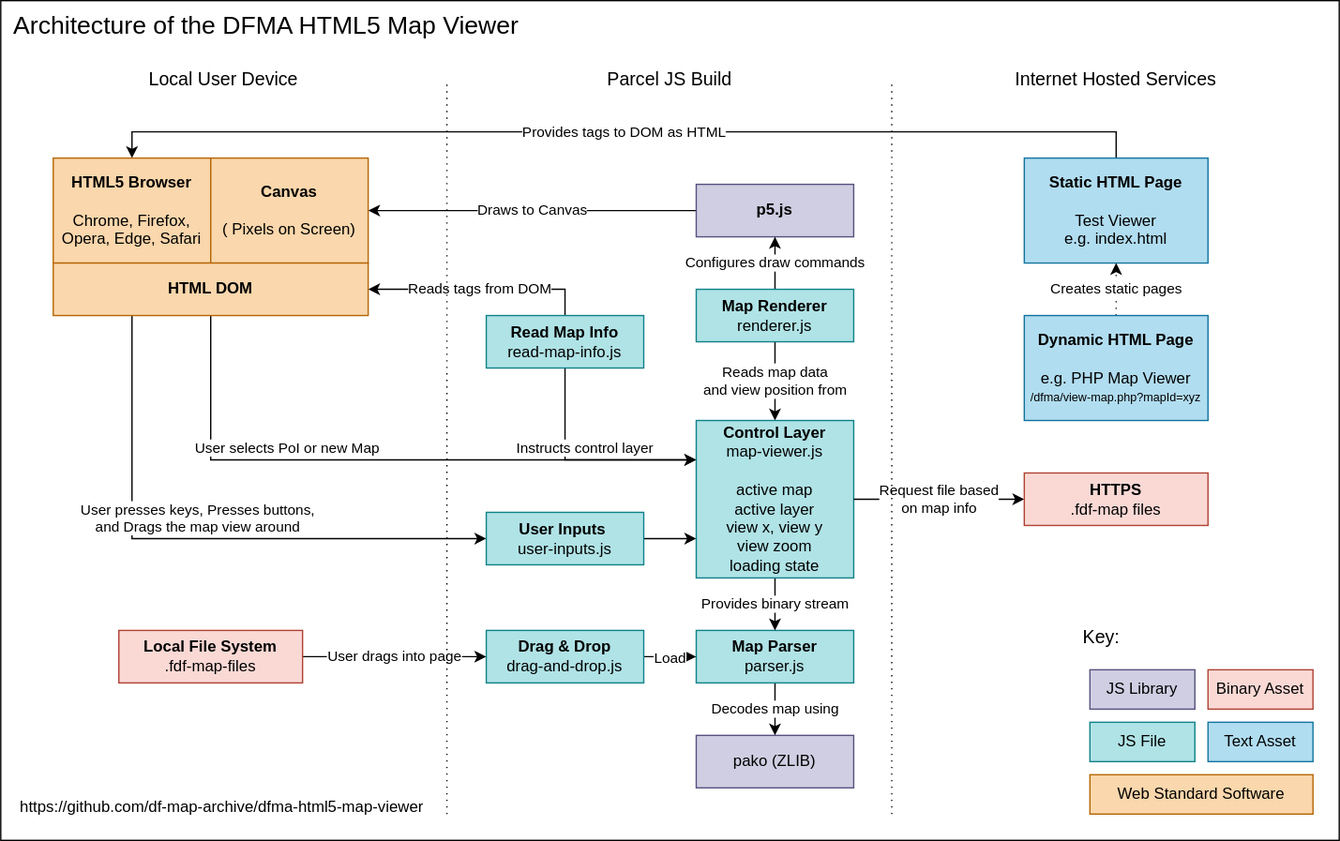
Earlier version of the draw.io export docs/diagrams/architecture.drawio.svg (df-map-archive/dfma-html5-map-viewer). Source tidied: cells renumbered, new cells last; positions are measured from the earlier drawing's top-left corner, leaving out a move shared by most shapes.
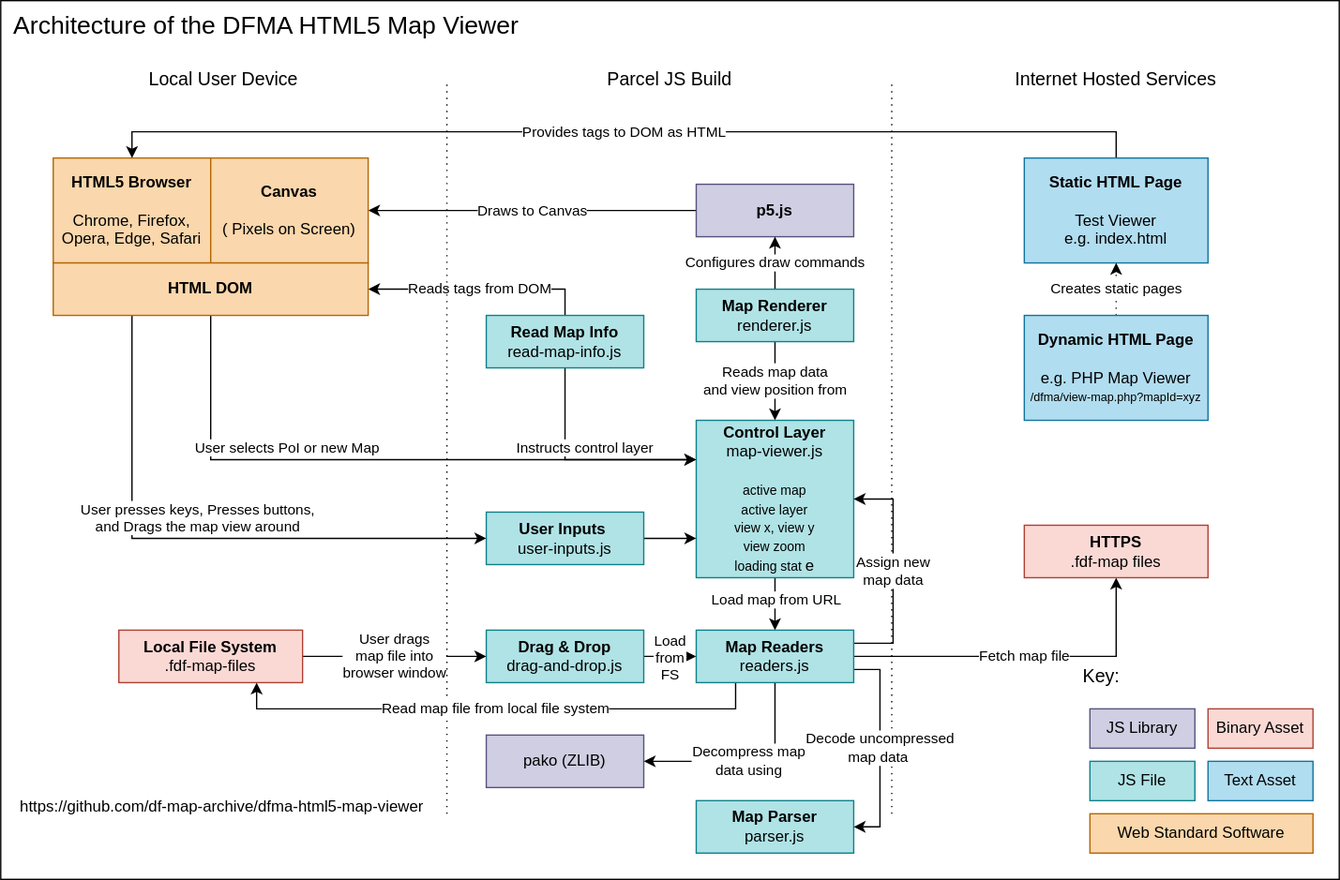
The same file after the commit.

What changed in the source:
```diff
@@ -3,7 +3,7 @@
     <mxCell id="0" />
     <mxCell id="1" parent="0" />
     <mxCell id="2" style="rounded=0;whiteSpace=wrap;html=1;align=center;" parent="1" vertex="1">
-      <mxGeometry width="1020" height="640" as="geometry" />
+      <mxGeometry width="1020" height="670" as="geometry" />
     </mxCell>
     <mxCell id="3" value="Draws to Canvas" style="edgeStyle=orthogonalEdgeStyle;rounded=0;jettySize=auto;html=1;exitX=0;exitY=0.5;exitDx=0;exitDy=0;entryX=1;entryY=0.5;entryDx=0;entryDy=0;" parent="1" edge="1" source="4" target="24">
       <mxGeometry relative="1" as="geometry" />
@@ -12,13 +12,13 @@
       <mxGeometry x="530" y="140" width="120" height="40" as="geometry" />
     </mxCell>
     <mxCell id="5" value="pako (ZLIB)" style="rounded=0;whiteSpace=wrap;html=1;fillColor=#d0cee2;strokeColor=#56517e;fontColor=#000000;" parent="1" vertex="1">
-      <mxGeometry x="530" y="560" width="120" height="40" as="geometry" />
+      <mxGeometry x="370" y="560" width="120" height="40" as="geometry" />
     </mxCell>
-    <mxCell id="6" value="Decodes map using" style="edgeStyle=orthogonalEdgeStyle;rounded=0;jettySize=auto;html=1;exitX=0.5;exitY=1;exitDx=0;exitDy=0;entryX=0.5;entryY=0;entryDx=0;entryDy=0;" parent="1" edge="1" source="7" target="5">
+    <mxCell id="6" value="Decompress map&lt;br&gt;data using" style="edgeStyle=orthogonalEdgeStyle;rounded=0;jettySize=auto;html=1;exitX=0.5;exitY=1;exitDx=0;exitDy=0;entryX=1;entryY=0.5;entryDx=0;entryDy=0;" parent="1" edge="1" source="53" target="5">
       <mxGeometry relative="1" as="geometry" />
     </mxCell>
     <mxCell id="7" value="&lt;b&gt;Map Parser&lt;/b&gt;&lt;br&gt;parser.js" style="rounded=0;whiteSpace=wrap;html=1;fillColor=#b0e3e6;strokeColor=#0e8088;fontColor=#000000;" parent="1" vertex="1">
-      <mxGeometry x="530" y="480" width="120" height="40" as="geometry" />
+      <mxGeometry x="530" y="610" width="120" height="40" as="geometry" />
     </mxCell>
     <mxCell id="8" value="Reads map data &lt;br&gt;and view position from" style="edgeStyle=orthogonalEdgeStyle;rounded=0;jettySize=auto;html=1;exitX=0.5;exitY=1;exitDx=0;exitDy=0;entryX=0.5;entryY=0;entryDx=0;entryDy=0;" parent="1" edge="1" source="10" target="12">
       <mxGeometry relative="1" as="geometry" />
@@ -29,28 +29,31 @@
     <mxCell id="10" value="&lt;b&gt;Map Renderer&lt;/b&gt;&lt;br&gt;renderer.js" style="rounded=0;whiteSpace=wrap;html=1;fillColor=#b0e3e6;strokeColor=#0e8088;fontColor=#000000;" parent="1" vertex="1">
       <mxGeometry x="530" y="220" width="120" height="40" as="geometry" />
     </mxCell>
-    <mxCell id="11" value="Provides binary stream" style="edgeStyle=orthogonalEdgeStyle;rounded=0;jettySize=auto;html=1;exitX=0.5;exitY=1;exitDx=0;exitDy=0;entryX=0.5;entryY=0;entryDx=0;entryDy=0;" parent="1" edge="1" source="12" target="7">
-      <mxGeometry relative="1" as="geometry" />
-    </mxCell>
+    <mxCell id="48" style="edgeStyle=orthogonalEdgeStyle;rounded=0;jettySize=auto;html=1;exitX=0.5;exitY=1;exitDx=0;exitDy=0;entryX=0.5;entryY=0;entryDx=0;entryDy=0;" parent="1" edge="1" source="12" target="53">
+      <mxGeometry relative="1" as="geometry" />
+    </mxCell>
+    <mxCell id="49" value="Load map from URL" style="edgeLabel;html=1;align=center;verticalAlign=middle;" parent="48" vertex="1">
+      <mxGeometry x="-0.18" relative="1" as="geometry" />
+    </mxCell>
-    <mxCell id="12" value="&lt;b&gt;Control Layer&lt;/b&gt;&lt;br&gt;map-viewer.js&lt;br&gt;&lt;br&gt;active map&lt;br&gt;active layer&lt;br&gt;view x, view y&lt;br&gt;view zoom&lt;br&gt;loading state" style="rounded=0;whiteSpace=wrap;html=1;fillColor=#b0e3e6;strokeColor=#0e8088;fontColor=#000000;" parent="1" vertex="1">
+    <mxCell id="12" value="&lt;b&gt;Control Layer&lt;/b&gt;&lt;br&gt;map-viewer.js&lt;br&gt;&lt;font style=&quot;font-size: 10px&quot;&gt;&lt;br&gt;active map&lt;br&gt;active layer&lt;br&gt;view x, view y&lt;br&gt;view zoom&lt;br&gt;loading stat&lt;/font&gt;e" style="rounded=0;whiteSpace=wrap;html=1;fillColor=#b0e3e6;strokeColor=#0e8088;fontColor=#000000;" parent="1" vertex="1">
       <mxGeometry x="530" y="320" width="120" height="120" as="geometry" />
     </mxCell>
-    <mxCell id="13" style="edgeStyle=orthogonalEdgeStyle;rounded=0;jettySize=auto;html=1;exitX=1;exitY=0.5;exitDx=0;exitDy=0;entryX=0;entryY=0.5;entryDx=0;entryDy=0;" parent="1" edge="1" source="15" target="7">
+    <mxCell id="13" style="edgeStyle=orthogonalEdgeStyle;rounded=0;jettySize=auto;html=1;exitX=1;exitY=0.5;exitDx=0;exitDy=0;entryX=0;entryY=0.5;entryDx=0;entryDy=0;" parent="1" edge="1" source="15" target="53">
       <mxGeometry relative="1" as="geometry" />
     </mxCell>
-    <mxCell id="14" value="Load" style="edgeLabel;html=1;align=center;verticalAlign=middle;fontSize=11;" parent="13" vertex="1">
+    <mxCell id="14" value="Load&lt;br&gt;from&lt;br&gt;FS" style="edgeLabel;html=1;align=center;verticalAlign=middle;fontSize=11;" parent="13" vertex="1">
       <mxGeometry x="-0.05" relative="1" as="geometry" />
     </mxCell>
     <mxCell id="15" value="&lt;b&gt;Drag &amp;amp; Drop&lt;/b&gt;&amp;nbsp;&lt;br&gt;drag-and-drop.js" style="rounded=0;whiteSpace=wrap;html=1;fillColor=#b0e3e6;strokeColor=#0e8088;fontColor=#000000;" parent="1" vertex="1">
       <mxGeometry x="370" y="480" width="120" height="40" as="geometry" />
     </mxCell>
-    <mxCell id="16" value="Request file based&lt;br&gt;on map info" style="edgeStyle=orthogonalEdgeStyle;rounded=0;jettySize=auto;html=1;exitX=1;exitY=0.5;exitDx=0;exitDy=0;entryX=0;entryY=0.5;entryDx=0;entryDy=0;" parent="1" edge="1" source="12" target="17">
+    <mxCell id="16" value="Fetch map file" style="edgeStyle=orthogonalEdgeStyle;rounded=0;jettySize=auto;html=1;exitX=1;exitY=0.5;exitDx=0;exitDy=0;entryX=0.5;entryY=1;entryDx=0;entryDy=0;" parent="1" edge="1" source="53" target="17">
       <mxGeometry relative="1" as="geometry" />
     </mxCell>
     <mxCell id="17" value="&lt;b&gt;HTTPS&lt;/b&gt;&amp;nbsp;&lt;br&gt;.fdf-map files" style="rounded=0;whiteSpace=wrap;html=1;fillColor=#fad9d5;strokeColor=#ae4132;fontColor=#000000;" parent="1" vertex="1">
-      <mxGeometry x="780" y="360" width="140" height="40" as="geometry" />
+      <mxGeometry x="780" y="400" width="140" height="40" as="geometry" />
     </mxCell>
-    <mxCell id="18" value="User drags into page" style="edgeStyle=orthogonalEdgeStyle;rounded=0;jettySize=auto;html=1;exitX=1;exitY=0.5;exitDx=0;exitDy=0;entryX=0;entryY=0.5;entryDx=0;entryDy=0;" parent="1" edge="1" source="19" target="15">
+    <mxCell id="18" value="User drags &lt;br&gt;map file into&lt;br&gt;browser window" style="edgeStyle=orthogonalEdgeStyle;rounded=0;jettySize=auto;html=1;exitX=1;exitY=0.5;exitDx=0;exitDy=0;entryX=0;entryY=0.5;entryDx=0;entryDy=0;" parent="1" edge="1" source="19" target="15">
       <mxGeometry relative="1" as="geometry" />
     </mxCell>
     <mxCell id="19" value="&lt;b&gt;Local File System&lt;/b&gt;&lt;br&gt;.fdf-map-files" style="rounded=0;whiteSpace=wrap;html=1;fillColor=#fad9d5;strokeColor=#ae4132;fontColor=#000000;" parent="1" vertex="1">
@@ -120,7 +123,7 @@
       <mxGeometry x="370" y="390" width="120" height="40" as="geometry" />
     </mxCell>
     <mxCell id="39" style="group;fillColor=none;" parent="1" vertex="1">
-      <mxGeometry x="820" y="470" width="180" height="150" as="geometry" />
+      <mxGeometry x="820" y="500" width="180" height="150" as="geometry" />
     </mxCell>
     <mxCell id="40" value="JS Library" style="rounded=0;whiteSpace=wrap;html=1;fillColor=#d0cee2;strokeColor=#56517e;fontColor=#000000;" parent="39" vertex="1">
       <mxGeometry x="10" y="40" width="80" height="30" as="geometry" />
@@ -146,5 +149,22 @@
     <mxCell id="47" value="Architecture of the DFMA HTML5 Map Viewer&amp;nbsp;" style="text;html=1;strokeColor=none;fillColor=none;align=left;verticalAlign=middle;whiteSpace=wrap;rounded=0;labelPosition=center;verticalLabelPosition=middle;spacing=5;fontSize=19;spacingLeft=5;" parent="1" vertex="1">
       <mxGeometry width="680" height="40" as="geometry" />
     </mxCell>
+    <mxCell id="50" value="Decode uncompressed&lt;br&gt;map data&amp;nbsp;" style="edgeStyle=orthogonalEdgeStyle;rounded=0;jettySize=auto;html=1;exitX=1;exitY=0.75;exitDx=0;exitDy=0;entryX=1;entryY=0.5;entryDx=0;entryDy=0;" parent="1" edge="1" source="53" target="7">
+      <mxGeometry relative="1" as="geometry" />
+    </mxCell>
+    <mxCell id="51" value="Read map file from local file system" style="edgeStyle=orthogonalEdgeStyle;rounded=0;jettySize=auto;html=1;exitX=0.25;exitY=1;exitDx=0;exitDy=0;entryX=0.75;entryY=1;entryDx=0;entryDy=0;" parent="1" edge="1" source="53" target="19">
+      <mxGeometry relative="1" as="geometry" />
+    </mxCell>
+    <mxCell id="52" value="Assign new&lt;br&gt;map data" style="edgeStyle=orthogonalEdgeStyle;rounded=0;jettySize=auto;html=1;exitX=1;exitY=0.25;exitDx=0;exitDy=0;entryX=1;entryY=0.5;entryDx=0;entryDy=0;" parent="1" edge="1" source="53" target="12">
+      <mxGeometry relative="1" as="geometry">
+        <Array as="points">
+          <mxPoint x="680" y="490" />
+          <mxPoint x="680" y="380" />
+        </Array>
+      </mxGeometry>
+    </mxCell>
+    <mxCell id="53" value="&lt;b&gt;Map Readers&lt;/b&gt;&lt;br&gt;readers.js" style="rounded=0;whiteSpace=wrap;html=1;fillColor=#b0e3e6;strokeColor=#0e8088;fontColor=#000000;" parent="1" vertex="1">
+      <mxGeometry x="530" y="480" width="120" height="40" as="geometry" />
+    </mxCell>
   </root>
 </mxGraphModel>
```
